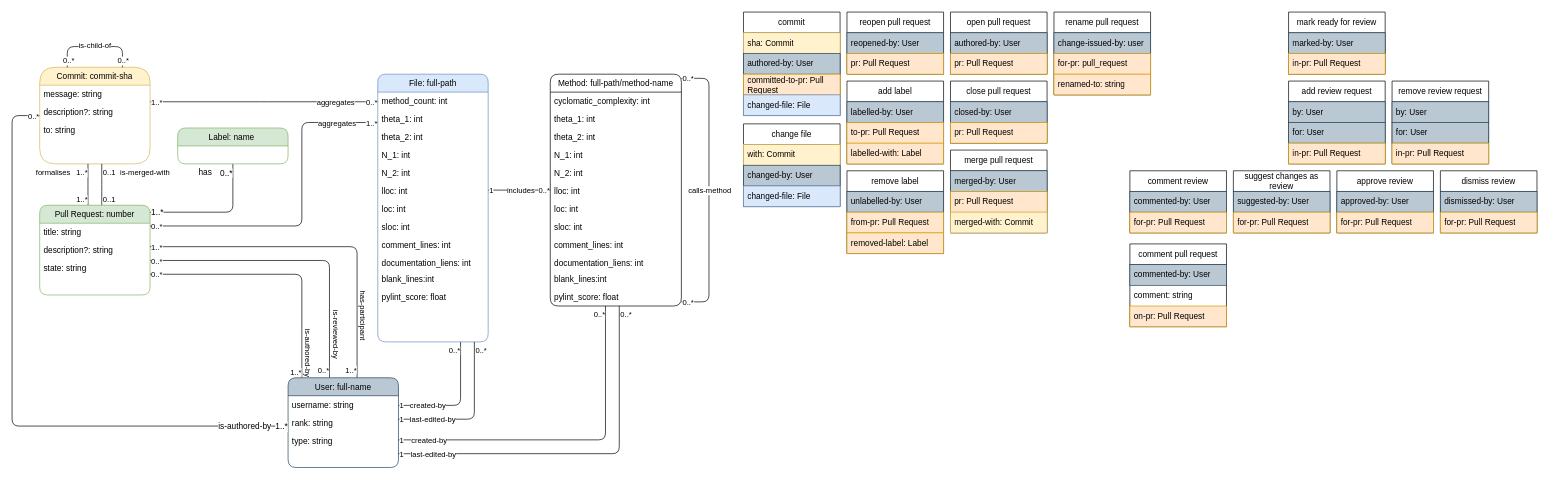
Earlier version of the draw.io diagram page "Data-Model" (1 of 3) of Exports/OCEL-Diagrams.drawio (AlexS-1/Bachelor-Code). Source tidied: cells renumbered, new cells numbered last; positions are measured from the earlier drawing's top-left corner, leaving out a move shared by most shapes. Both pictures are drawn from the tidied source at 69%, with x=0, y=0 at pixel (-16, -437).
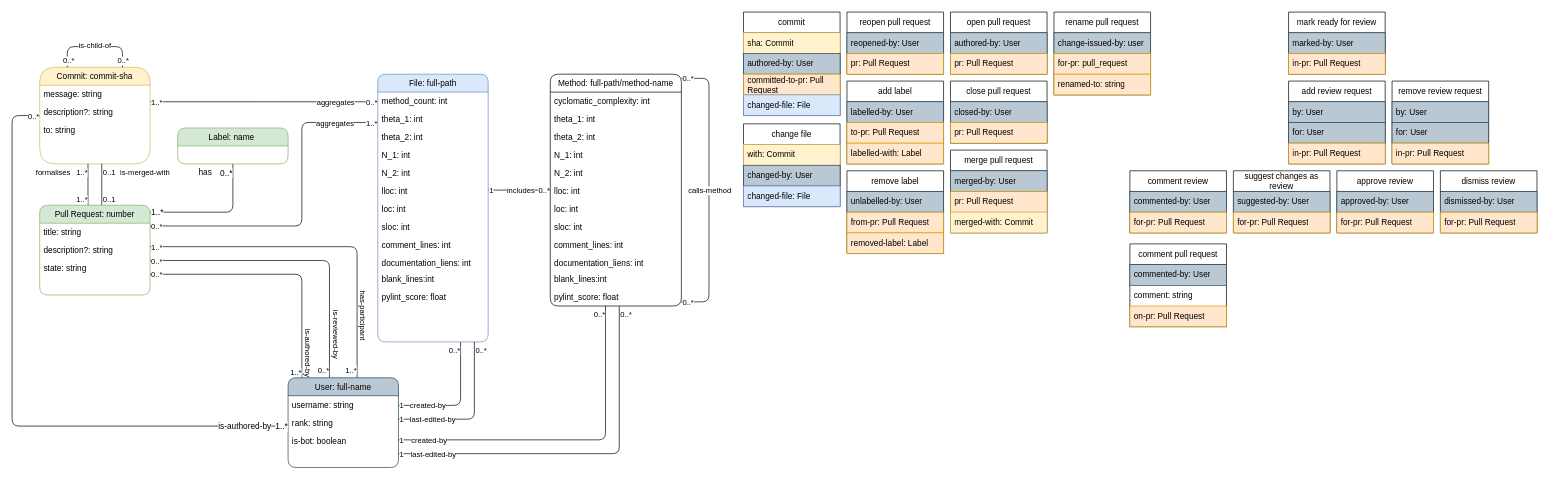
Above is the later version.

Commit message (it also covers changes not shown here):
Fix: Update ´database_handler.py´ to match data model - Add functionality to add attributes with multiple timestamps - Updated relationships to data model wording - Verified OCEL with PM4Py

The change refers to these unchanged cells:
```xml
<mxCell id="55" style="edgeStyle=orthogonalEdgeStyle;rounded=1;jettySize=auto;html=1;endArrow=none;startFill=0;elbow=vertical;curved=0;" parent="1" edge="1" source="79">
  <mxGeometry relative="1" as="geometry">
    <mxPoint x="570" y="810" as="targetPoint" />
    <Array as="points">
      <mxPoint x="460" y="960" />
      <mxPoint x="460" y="810" />
    </Array>
  </mxGeometry>
</mxCell>
<mxCell id="91" value="User: full-name" style="swimlane;fontStyle=0;align=center;verticalAlign=top;horizontal=1;startSize=26;rounded=1;shadow=0;strokeWidth=1;fillColor=#bac8d3;strokeColor=#23445d;" parent="1" vertex="1">
  <mxGeometry x="440" y="1180" width="160" height="130" as="geometry" />
</mxCell>
```

What changed in the source:
```diff
@@
     <mxCell id="56" value="aggregates" style="edgeLabel;html=1;align=right;verticalAlign=middle;" parent="55" vertex="1">
-      <mxGeometry x="0.87" relative="1" as="geometry" />
+      <mxGeometry x="0.86" relative="1" as="geometry" />
     </mxCell>
@@
-    <mxCell id="94" value="type: string" style="text;align=left;verticalAlign=top;spacingLeft=4;spacingRight=4;overflow=hidden;fontStyle=0;rounded=1;" parent="91" vertex="1">
+    <mxCell id="94" value="is-bot: boolean" style="text;align=left;verticalAlign=top;spacingLeft=4;spacingRight=4;overflow=hidden;fontStyle=0;rounded=1;" parent="91" vertex="1">
       <mxGeometry y="78" width="160" height="26" as="geometry" />
     </mxCell>
```
